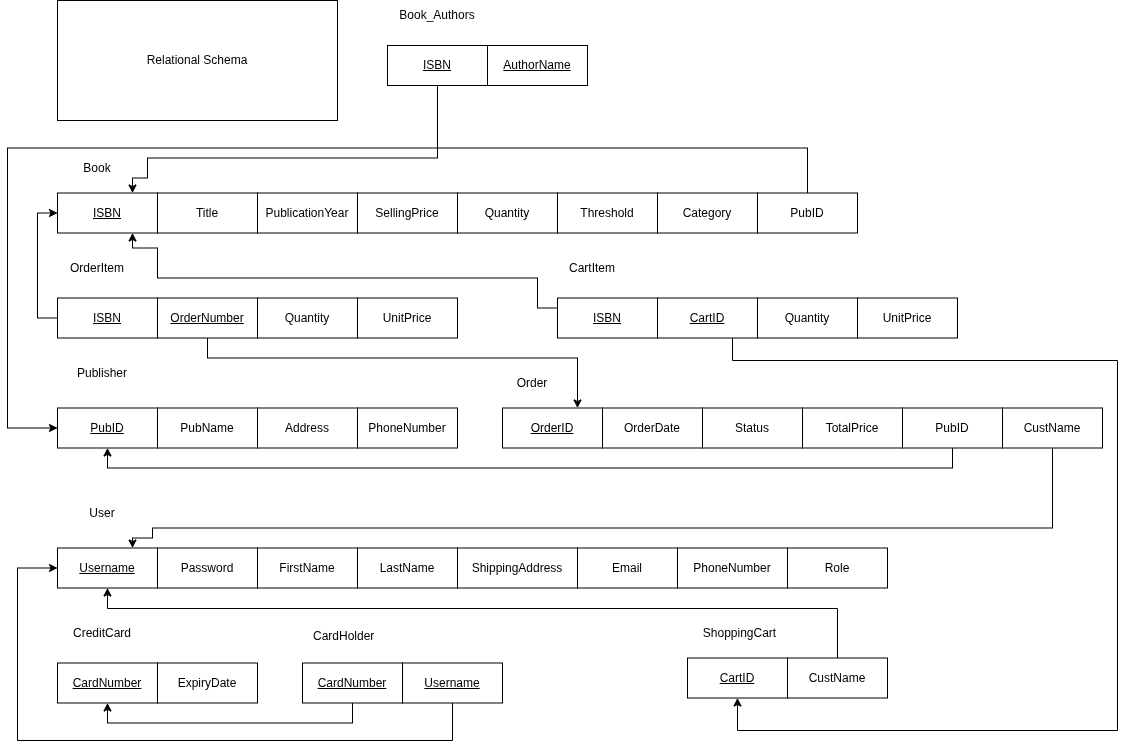
This is src/Database/images/Schema.png from seifmaazouz/order-processing-system, a draw.io export, as it was before one commit. Source tidied: cells renumbered, new cells last; positions are measured from the earlier drawing's top-left corner, leaving out a move shared by most shapes.
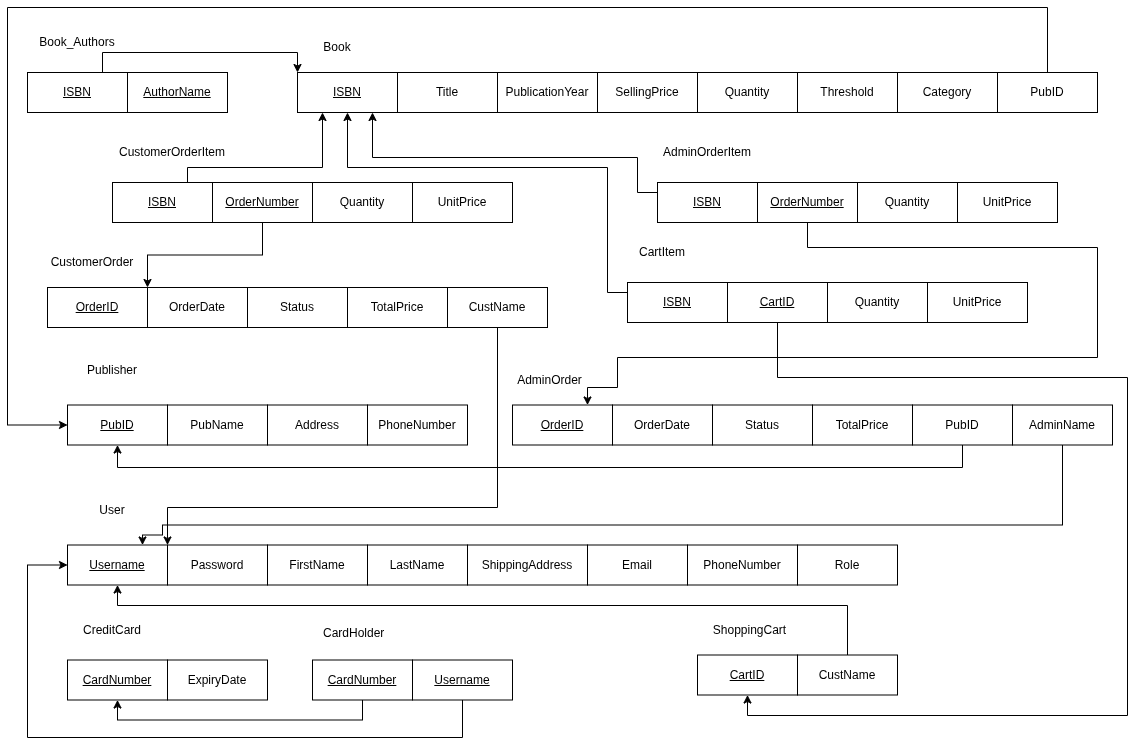
The same diagram one commit later.

Commit message:
Feature: updated schema and all queries to split order table

Diff of the diagram source:
```diff
@@ -3,62 +3,52 @@
     <mxCell id="0" />
     <mxCell id="1" parent="0" />
     <mxCell id="2" value="Title" style="whiteSpace=wrap;html=1;align=center;" parent="1" vertex="1">
-      <mxGeometry x="150" y="192.5" width="100" height="40" as="geometry" />
+      <mxGeometry x="380" y="75" width="100" height="40" as="geometry" />
     </mxCell>
-    <mxCell id="3" value="Relational Schema" style="whiteSpace=wrap;html=1;align=center;" parent="1" vertex="1">
-      <mxGeometry x="50" width="280" height="120" as="geometry" />
-    </mxCell>
     <mxCell id="4" value="&lt;u&gt;ISBN&lt;/u&gt;" style="whiteSpace=wrap;html=1;align=center;" parent="1" vertex="1">
-      <mxGeometry x="50" y="192.5" width="100" height="40" as="geometry" />
+      <mxGeometry x="280" y="75" width="100" height="40" as="geometry" />
     </mxCell>
     <mxCell id="5" value="PublicationYear" style="whiteSpace=wrap;html=1;align=center;" parent="1" vertex="1">
-      <mxGeometry x="250" y="192.5" width="100" height="40" as="geometry" />
+      <mxGeometry x="480" y="75" width="100" height="40" as="geometry" />
     </mxCell>
     <mxCell id="6" value="SellingPrice" style="whiteSpace=wrap;html=1;align=center;" parent="1" vertex="1">
-      <mxGeometry x="350" y="192.5" width="100" height="40" as="geometry" />
+      <mxGeometry x="580" y="75" width="100" height="40" as="geometry" />
     </mxCell>
     <mxCell id="7" value="Quantity" style="whiteSpace=wrap;html=1;align=center;" parent="1" vertex="1">
-      <mxGeometry x="450" y="192.5" width="100" height="40" as="geometry" />
+      <mxGeometry x="680" y="75" width="100" height="40" as="geometry" />
     </mxCell>
     <mxCell id="8" value="Threshold" style="whiteSpace=wrap;html=1;align=center;" parent="1" vertex="1">
-      <mxGeometry x="550" y="192.5" width="100" height="40" as="geometry" />
+      <mxGeometry x="780" y="75" width="100" height="40" as="geometry" />
     </mxCell>
     <mxCell id="9" value="Category" style="whiteSpace=wrap;html=1;align=center;" parent="1" vertex="1">
-      <mxGeometry x="650" y="192.5" width="100" height="40" as="geometry" />
+      <mxGeometry x="880" y="75" width="100" height="40" as="geometry" />
     </mxCell>
     <mxCell id="10" style="edgeStyle=orthogonalEdgeStyle;rounded=0;jettySize=auto;html=1;exitX=0.5;exitY=0;exitDx=0;exitDy=0;entryX=0;entryY=0.5;entryDx=0;entryDy=0;" parent="1" edge="1" source="11" target="18">
       <mxGeometry relative="1" as="geometry">
         <Array as="points">
-          <mxPoint x="800" y="147.5" />
-          <mxPoint y="147.5" />
-          <mxPoint y="427.5" />
+          <mxPoint x="1030" y="10" />
+          <mxPoint x="-10" y="10" />
+          <mxPoint x="-10" y="428" />
         </Array>
       </mxGeometry>
     </mxCell>
     <mxCell id="11" value="PubID" style="whiteSpace=wrap;html=1;align=center;" parent="1" vertex="1">
-      <mxGeometry x="750" y="192.5" width="100" height="40" as="geometry" />
+      <mxGeometry x="980" y="75" width="100" height="40" as="geometry" />
     </mxCell>
     <mxCell id="12" value="Book" style="text;html=1;whiteSpace=wrap;strokeColor=none;fillColor=default;align=center;verticalAlign=middle;rounded=0;" parent="1" vertex="1">
-      <mxGeometry x="50" y="152.5" width="80" height="30" as="geometry" />
+      <mxGeometry x="280" y="35" width="80" height="30" as="geometry" />
     </mxCell>
     <mxCell id="13" value="Book_Authors" style="text;html=1;whiteSpace=wrap;strokeColor=none;fillColor=default;align=center;verticalAlign=middle;rounded=0;" parent="1" vertex="1">
-      <mxGeometry x="380" width="100" height="30" as="geometry" />
+      <mxGeometry x="10" y="30" width="100" height="30" as="geometry" />
     </mxCell>
-    <mxCell id="14" style="edgeStyle=orthogonalEdgeStyle;rounded=0;jettySize=auto;html=1;exitX=0.5;exitY=1;exitDx=0;exitDy=0;entryX=0.75;entryY=0;entryDx=0;entryDy=0;" parent="1" edge="1" source="15" target="4">
-      <mxGeometry relative="1" as="geometry">
-        <Array as="points">
-          <mxPoint x="430" y="157.5" />
-          <mxPoint x="140" y="157.5" />
-          <mxPoint x="140" y="177.5" />
-          <mxPoint x="125" y="177.5" />
-        </Array>
-      </mxGeometry>
+    <mxCell id="14" style="edgeStyle=orthogonalEdgeStyle;rounded=0;jettySize=auto;html=1;exitX=0.75;exitY=0;exitDx=0;exitDy=0;entryX=0;entryY=0;entryDx=0;entryDy=0;" parent="1" edge="1" source="15" target="4">
+      <mxGeometry relative="1" as="geometry" />
     </mxCell>
     <mxCell id="15" value="&lt;u&gt;ISBN&lt;/u&gt;" style="whiteSpace=wrap;html=1;align=center;" parent="1" vertex="1">
-      <mxGeometry x="380" y="45" width="100" height="40" as="geometry" />
+      <mxGeometry x="10" y="75" width="100" height="40" as="geometry" />
     </mxCell>
     <mxCell id="16" value="&lt;u&gt;AuthorName&lt;/u&gt;" style="whiteSpace=wrap;html=1;align=center;" parent="1" vertex="1">
-      <mxGeometry x="480" y="45" width="100" height="40" as="geometry" />
+      <mxGeometry x="110" y="75" width="100" height="40" as="geometry" />
     </mxCell>
     <mxCell id="17" value="Publisher" style="text;html=1;whiteSpace=wrap;strokeColor=none;fillColor=default;align=center;verticalAlign=middle;rounded=0;" parent="1" vertex="1">
       <mxGeometry x="50" y="357.5" width="90" height="30" as="geometry" />
@@ -75,8 +65,8 @@
     <mxCell id="21" value="PhoneNumber" style="whiteSpace=wrap;html=1;align=center;" parent="1" vertex="1">
       <mxGeometry x="350" y="407.5" width="100" height="40" as="geometry" />
     </mxCell>
-    <mxCell id="22" value="Order" style="text;html=1;whiteSpace=wrap;strokeColor=none;fillColor=default;align=center;verticalAlign=middle;rounded=0;" parent="1" vertex="1">
-      <mxGeometry x="495" y="367.5" width="60" height="30" as="geometry" />
+    <mxCell id="22" value="AdminOrder" style="text;html=1;whiteSpace=wrap;strokeColor=none;fillColor=default;align=center;verticalAlign=middle;rounded=0;" parent="1" vertex="1">
+      <mxGeometry x="495" y="367.5" width="75" height="30" as="geometry" />
     </mxCell>
     <mxCell id="23" value="&lt;u&gt;OrderID&lt;/u&gt;" style="whiteSpace=wrap;html=1;align=center;" parent="1" vertex="1">
       <mxGeometry x="495" y="407.5" width="100" height="40" as="geometry" />
@@ -91,7 +81,12 @@
       <mxGeometry x="795" y="407.5" width="100" height="40" as="geometry" />
     </mxCell>
     <mxCell id="27" style="edgeStyle=orthogonalEdgeStyle;rounded=0;jettySize=auto;html=1;exitX=0.5;exitY=1;exitDx=0;exitDy=0;entryX=0.5;entryY=1;entryDx=0;entryDy=0;" parent="1" edge="1" source="28" target="18">
-      <mxGeometry relative="1" as="geometry" />
+      <mxGeometry relative="1" as="geometry">
+        <Array as="points">
+          <mxPoint x="945" y="470" />
+          <mxPoint x="100" y="470" />
+        </Array>
+      </mxGeometry>
     </mxCell>
     <mxCell id="28" value="PubID" style="whiteSpace=wrap;html=1;align=center;" parent="1" vertex="1">
       <mxGeometry x="895" y="407.5" width="100" height="40" as="geometry" />
@@ -106,7 +101,7 @@
         </Array>
       </mxGeometry>
     </mxCell>
-    <mxCell id="30" value="CustName" style="whiteSpace=wrap;html=1;align=center;" parent="1" vertex="1">
+    <mxCell id="30" value="AdminName" style="whiteSpace=wrap;html=1;align=center;" parent="1" vertex="1">
       <mxGeometry x="995" y="407.5" width="100" height="40" as="geometry" />
     </mxCell>
     <mxCell id="31" value="User" style="text;html=1;whiteSpace=wrap;strokeColor=none;fillColor=default;align=center;verticalAlign=middle;rounded=0;" parent="1" vertex="1">
@@ -159,67 +154,75 @@
     <mxCell id="45" value="ExpiryDate" style="whiteSpace=wrap;html=1;align=center;" parent="1" vertex="1">
       <mxGeometry x="150" y="662.5" width="100" height="40" as="geometry" />
     </mxCell>
-    <mxCell id="46" value="OrderItem" style="text;html=1;whiteSpace=wrap;strokeColor=none;fillColor=default;align=center;verticalAlign=middle;rounded=0;" parent="1" vertex="1">
-      <mxGeometry x="50" y="252.5" width="80" height="30" as="geometry" />
+    <mxCell id="46" value="AdminOrderItem" style="text;html=1;whiteSpace=wrap;strokeColor=none;fillColor=default;align=center;verticalAlign=middle;rounded=0;" parent="1" vertex="1">
+      <mxGeometry x="640" y="140" width="100" height="30" as="geometry" />
     </mxCell>
-    <mxCell id="47" style="edgeStyle=orthogonalEdgeStyle;rounded=0;jettySize=auto;html=1;exitX=0;exitY=0.5;exitDx=0;exitDy=0;entryX=0;entryY=0.5;entryDx=0;entryDy=0;" parent="1" edge="1" source="48" target="4">
-      <mxGeometry relative="1" as="geometry" />
+    <mxCell id="47" style="edgeStyle=orthogonalEdgeStyle;rounded=0;jettySize=auto;html=1;exitX=0;exitY=0.25;exitDx=0;exitDy=0;entryX=0.75;entryY=1;entryDx=0;entryDy=0;" parent="1" edge="1" source="48" target="4">
+      <mxGeometry relative="1" as="geometry">
+        <Array as="points">
+          <mxPoint x="620" y="195" />
+          <mxPoint x="620" y="160" />
+          <mxPoint x="355" y="160" />
+        </Array>
+      </mxGeometry>
     </mxCell>
     <mxCell id="48" value="&lt;u&gt;ISBN&lt;/u&gt;" style="whiteSpace=wrap;html=1;align=center;" parent="1" vertex="1">
-      <mxGeometry x="50" y="297.5" width="100" height="40" as="geometry" />
+      <mxGeometry x="640" y="185" width="100" height="40" as="geometry" />
     </mxCell>
     <mxCell id="49" style="edgeStyle=orthogonalEdgeStyle;rounded=0;jettySize=auto;html=1;exitX=0.5;exitY=1;exitDx=0;exitDy=0;entryX=0.75;entryY=0;entryDx=0;entryDy=0;" parent="1" edge="1" source="50" target="23">
       <mxGeometry relative="1" as="geometry">
         <Array as="points">
-          <mxPoint x="200" y="357.5" />
-          <mxPoint x="570" y="357.5" />
+          <mxPoint x="790" y="250" />
+          <mxPoint x="1080" y="250" />
+          <mxPoint x="1080" y="360" />
+          <mxPoint x="600" y="360" />
+          <mxPoint x="600" y="390" />
+          <mxPoint x="570" y="390" />
         </Array>
       </mxGeometry>
     </mxCell>
     <mxCell id="50" value="&lt;u&gt;OrderNumber&lt;/u&gt;" style="whiteSpace=wrap;html=1;align=center;" parent="1" vertex="1">
-      <mxGeometry x="150" y="297.5" width="100" height="40" as="geometry" />
+      <mxGeometry x="740" y="185" width="100" height="40" as="geometry" />
     </mxCell>
     <mxCell id="51" value="Quantity" style="whiteSpace=wrap;html=1;align=center;" parent="1" vertex="1">
-      <mxGeometry x="250" y="297.5" width="100" height="40" as="geometry" />
+      <mxGeometry x="840" y="185" width="100" height="40" as="geometry" />
     </mxCell>
     <mxCell id="52" value="UnitPrice" style="whiteSpace=wrap;html=1;align=center;" parent="1" vertex="1">
-      <mxGeometry x="350" y="297.5" width="100" height="40" as="geometry" />
+      <mxGeometry x="940" y="185" width="100" height="40" as="geometry" />
     </mxCell>
     <mxCell id="53" value="CartItem" style="text;html=1;whiteSpace=wrap;strokeColor=none;fillColor=default;align=center;verticalAlign=middle;rounded=0;" parent="1" vertex="1">
-      <mxGeometry x="550" y="252.5" width="70" height="30" as="geometry" />
+      <mxGeometry x="610" y="240" width="70" height="30" as="geometry" />
     </mxCell>
-    <mxCell id="54" style="edgeStyle=orthogonalEdgeStyle;rounded=0;jettySize=auto;html=1;exitX=0.75;exitY=1;exitDx=0;exitDy=0;entryX=0.5;entryY=1;entryDx=0;entryDy=0;" parent="1" edge="1" source="55" target="39">
+    <mxCell id="54" style="edgeStyle=orthogonalEdgeStyle;rounded=0;jettySize=auto;html=1;exitX=0.5;exitY=1;exitDx=0;exitDy=0;entryX=0.5;entryY=1;entryDx=0;entryDy=0;" parent="1" edge="1" source="55" target="39">
       <mxGeometry relative="1" as="geometry">
         <Array as="points">
-          <mxPoint x="725" y="360" />
-          <mxPoint x="1110" y="360" />
-          <mxPoint x="1110" y="730" />
-          <mxPoint x="730" y="730" />
+          <mxPoint x="760" y="380" />
+          <mxPoint x="1110" y="380" />
+          <mxPoint x="1110" y="718" />
+          <mxPoint x="730" y="718" />
         </Array>
       </mxGeometry>
     </mxCell>
     <mxCell id="55" value="&lt;u&gt;CartID&lt;/u&gt;" style="whiteSpace=wrap;html=1;align=center;" parent="1" vertex="1">
-      <mxGeometry x="650" y="297.5" width="100" height="40" as="geometry" />
+      <mxGeometry x="710" y="285" width="100" height="40" as="geometry" />
     </mxCell>
-    <mxCell id="56" style="edgeStyle=orthogonalEdgeStyle;rounded=0;jettySize=auto;html=1;exitX=0;exitY=0.25;exitDx=0;exitDy=0;entryX=0.75;entryY=1;entryDx=0;entryDy=0;" parent="1" edge="1" source="57" target="4">
+    <mxCell id="56" style="edgeStyle=orthogonalEdgeStyle;rounded=0;jettySize=auto;html=1;exitX=0;exitY=0.25;exitDx=0;exitDy=0;entryX=0.5;entryY=1;entryDx=0;entryDy=0;" parent="1" edge="1" source="57" target="4">
       <mxGeometry relative="1" as="geometry">
         <Array as="points">
-          <mxPoint x="530" y="307.5" />
-          <mxPoint x="530" y="277.5" />
-          <mxPoint x="150" y="277.5" />
-          <mxPoint x="150" y="247.5" />
-          <mxPoint x="125" y="247.5" />
+          <mxPoint x="590" y="295" />
+          <mxPoint x="590" y="170" />
+          <mxPoint x="330" y="170" />
         </Array>
       </mxGeometry>
     </mxCell>
     <mxCell id="57" value="&lt;u&gt;ISBN&lt;/u&gt;" style="whiteSpace=wrap;html=1;align=center;" parent="1" vertex="1">
-      <mxGeometry x="550" y="297.5" width="100" height="40" as="geometry" />
+      <mxGeometry x="610" y="285" width="100" height="40" as="geometry" />
     </mxCell>
     <mxCell id="58" value="Quantity" style="whiteSpace=wrap;html=1;align=center;" parent="1" vertex="1">
-      <mxGeometry x="750" y="297.5" width="100" height="40" as="geometry" />
+      <mxGeometry x="810" y="285" width="100" height="40" as="geometry" />
     </mxCell>
     <mxCell id="59" value="UnitPrice" style="whiteSpace=wrap;html=1;align=center;" parent="1" vertex="1">
-      <mxGeometry x="850" y="297.5" width="100" height="40" as="geometry" />
+      <mxGeometry x="910" y="285" width="100" height="40" as="geometry" />
     </mxCell>
     <mxCell id="60" value="Role" style="whiteSpace=wrap;html=1;align=center;" parent="1" vertex="1">
       <mxGeometry x="780" y="547.5" width="100" height="40" as="geometry" />
@@ -245,5 +248,57 @@
     <mxCell id="65" value="&lt;u&gt;Username&lt;/u&gt;" style="whiteSpace=wrap;html=1;align=center;" parent="1" vertex="1">
       <mxGeometry x="395" y="662.5" width="100" height="40" as="geometry" />
     </mxCell>
+    <mxCell id="66" value="CustomerOrderItem" style="text;html=1;whiteSpace=wrap;strokeColor=none;fillColor=default;align=center;verticalAlign=middle;rounded=0;" parent="1" vertex="1">
+      <mxGeometry x="95" y="140" width="120" height="30" as="geometry" />
+    </mxCell>
+    <mxCell id="67" style="edgeStyle=orthogonalEdgeStyle;rounded=0;jettySize=auto;html=1;exitX=0.75;exitY=0;exitDx=0;exitDy=0;entryX=0.25;entryY=1;entryDx=0;entryDy=0;" parent="1" edge="1" source="68" target="4">
+      <mxGeometry relative="1" as="geometry">
+        <Array as="points">
+          <mxPoint x="170" y="170" />
+          <mxPoint x="305" y="170" />
+        </Array>
+      </mxGeometry>
+    </mxCell>
+    <mxCell id="68" value="&lt;u&gt;ISBN&lt;/u&gt;" style="whiteSpace=wrap;html=1;align=center;" parent="1" vertex="1">
+      <mxGeometry x="95" y="185" width="100" height="40" as="geometry" />
+    </mxCell>
+    <mxCell id="69" style="edgeStyle=orthogonalEdgeStyle;rounded=0;jettySize=auto;html=1;exitX=0.5;exitY=1;exitDx=0;exitDy=0;entryX=1;entryY=0;entryDx=0;entryDy=0;" parent="1" edge="1" source="70" target="74">
+      <mxGeometry relative="1" as="geometry" />
+    </mxCell>
+    <mxCell id="70" value="&lt;u&gt;OrderNumber&lt;/u&gt;" style="whiteSpace=wrap;html=1;align=center;" parent="1" vertex="1">
+      <mxGeometry x="195" y="185" width="100" height="40" as="geometry" />
+    </mxCell>
+    <mxCell id="71" value="Quantity" style="whiteSpace=wrap;html=1;align=center;" parent="1" vertex="1">
+      <mxGeometry x="295" y="185" width="100" height="40" as="geometry" />
+    </mxCell>
+    <mxCell id="72" value="UnitPrice" style="whiteSpace=wrap;html=1;align=center;" parent="1" vertex="1">
+      <mxGeometry x="395" y="185" width="100" height="40" as="geometry" />
+    </mxCell>
+    <mxCell id="73" value="CustomerOrder" style="text;html=1;whiteSpace=wrap;strokeColor=none;fillColor=default;align=center;verticalAlign=middle;rounded=0;" parent="1" vertex="1">
+      <mxGeometry x="30" y="250" width="90" height="30" as="geometry" />
+    </mxCell>
+    <mxCell id="74" value="&lt;u&gt;OrderID&lt;/u&gt;" style="whiteSpace=wrap;html=1;align=center;" parent="1" vertex="1">
+      <mxGeometry x="30" y="290" width="100" height="40" as="geometry" />
+    </mxCell>
+    <mxCell id="75" value="OrderDate" style="whiteSpace=wrap;html=1;align=center;" parent="1" vertex="1">
+      <mxGeometry x="130" y="290" width="100" height="40" as="geometry" />
+    </mxCell>
+    <mxCell id="76" value="Status" style="whiteSpace=wrap;html=1;align=center;" parent="1" vertex="1">
+      <mxGeometry x="230" y="290" width="100" height="40" as="geometry" />
+    </mxCell>
+    <mxCell id="77" value="TotalPrice" style="whiteSpace=wrap;html=1;align=center;" parent="1" vertex="1">
+      <mxGeometry x="330" y="290" width="100" height="40" as="geometry" />
+    </mxCell>
+    <mxCell id="78" style="edgeStyle=orthogonalEdgeStyle;rounded=0;jettySize=auto;html=1;exitX=0.5;exitY=1;exitDx=0;exitDy=0;entryX=1;entryY=0;entryDx=0;entryDy=0;" parent="1" edge="1" source="79" target="32">
+      <mxGeometry relative="1" as="geometry">
+        <Array as="points">
+          <mxPoint x="480" y="510" />
+          <mxPoint x="150" y="510" />
+        </Array>
+      </mxGeometry>
+    </mxCell>
+    <mxCell id="79" value="CustName" style="whiteSpace=wrap;html=1;align=center;" parent="1" vertex="1">
+      <mxGeometry x="430" y="290" width="100" height="40" as="geometry" />
+    </mxCell>
   </root>
 </mxGraphModel>
```
